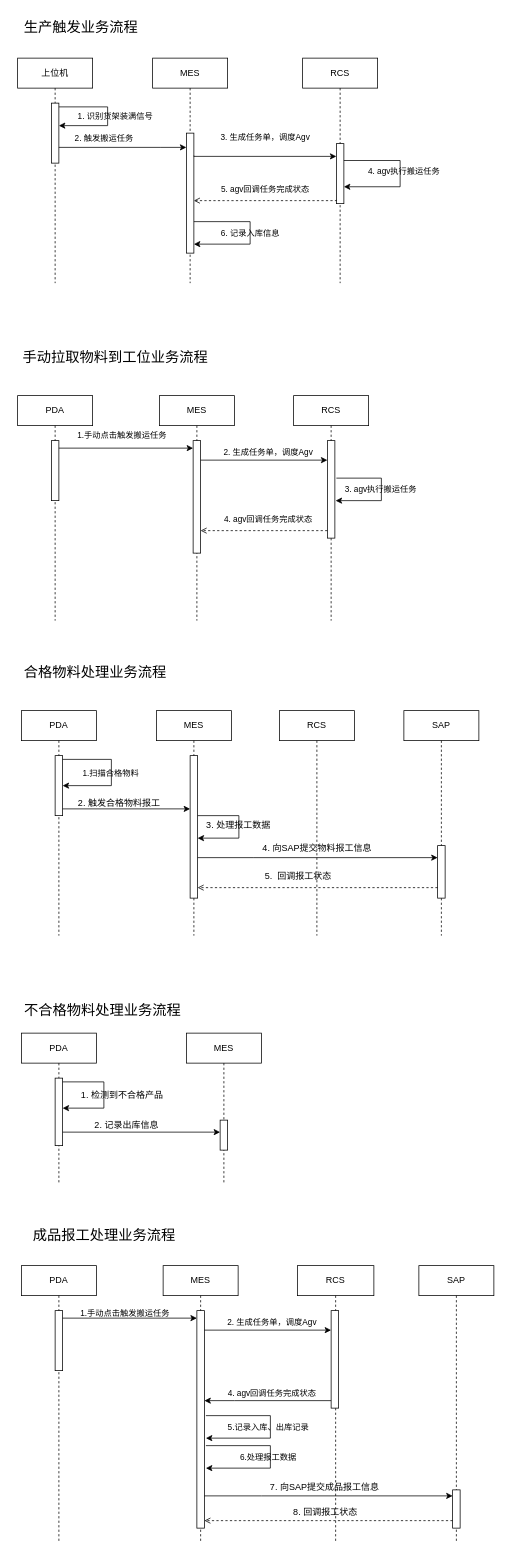
The draw.io diagram 智光软件业务梳理.drawio in lutao0111/-for-draw.io, before the edit. Source tidied: cells renumbered, new cells numbered last; positions are measured from the earlier drawing's top-left corner, leaving out a move shared by most shapes. Both pictures are drawn from the tidied source at 75%, with x=0, y=0 at pixel (13, 13).
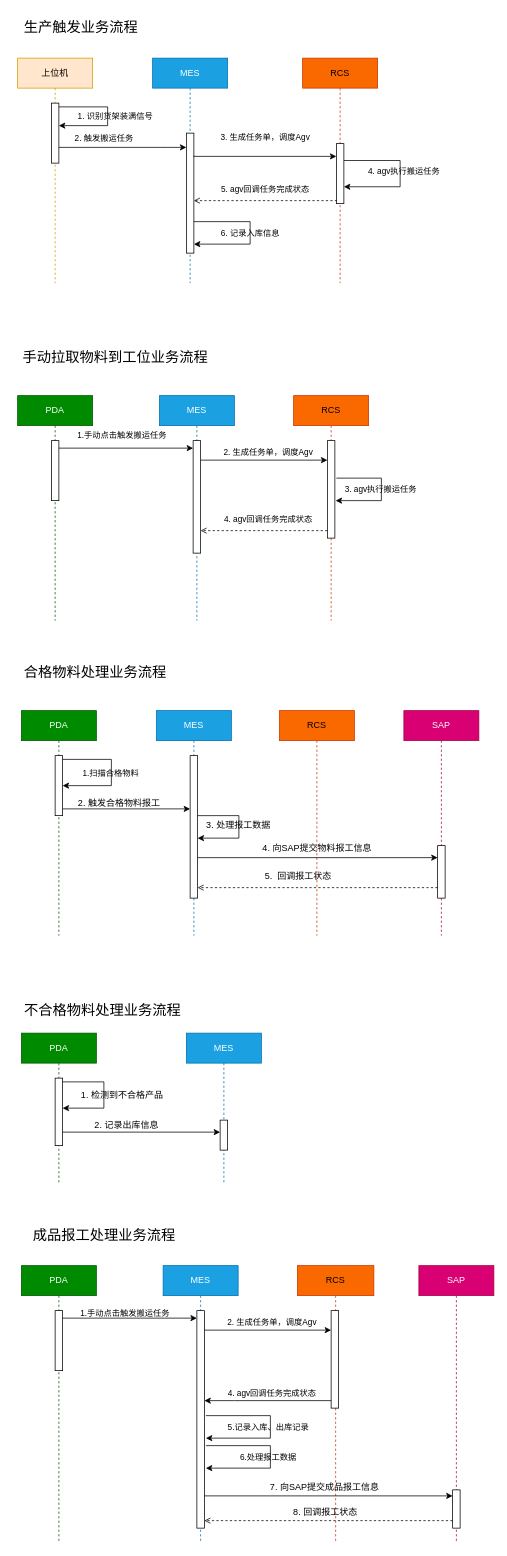
The same diagram, later.

Commit message (it also covers changes not shown here):
更新智光软件业务梳理.drawio

Diff of the diagram source:
```diff
@@
-    <mxCell id="2" value="MES" style="shape=umlLifeline;perimeter=lifelinePerimeter;whiteSpace=wrap;html=1;newEdgeStyle={&quot;curved&quot;:0,&quot;rounded&quot;:0};" parent="1" vertex="1">
+    <mxCell id="2" value="MES" style="shape=umlLifeline;perimeter=lifelinePerimeter;whiteSpace=wrap;html=1;newEdgeStyle={&quot;curved&quot;:0,&quot;rounded&quot;:0};fillColor=#1ba1e2;fontColor=#ffffff;strokeColor=#006EAF;" parent="1" vertex="1">
       <mxGeometry x="231" y="1360" width="100" height="200" as="geometry" />
     </mxCell>
@@
-    <mxCell id="4" value="上位机" style="shape=umlLifeline;perimeter=lifelinePerimeter;whiteSpace=wrap;html=1;newEdgeStyle={&quot;curved&quot;:0,&quot;rounded&quot;:0};" parent="1" vertex="1">
+    <mxCell id="4" value="上位机" style="shape=umlLifeline;perimeter=lifelinePerimeter;whiteSpace=wrap;html=1;newEdgeStyle={&quot;curved&quot;:0,&quot;rounded&quot;:0};fillColor=#ffe6cc;strokeColor=#d79b00;" parent="1" vertex="1">
       <mxGeometry x="6" y="60" width="100" height="300" as="geometry" />
     </mxCell>
@@
-    <mxCell id="7" value="MES" style="shape=umlLifeline;perimeter=lifelinePerimeter;whiteSpace=wrap;html=1;outlineConnect=0;portConstraint=eastwest;newEdgeStyle={&quot;curved&quot;:0,&quot;rounded&quot;:0};" parent="1" vertex="1">
+    <mxCell id="7" value="MES" style="shape=umlLifeline;perimeter=lifelinePerimeter;whiteSpace=wrap;html=1;outlineConnect=0;portConstraint=eastwest;newEdgeStyle={&quot;curved&quot;:0,&quot;rounded&quot;:0};fillColor=#1ba1e2;fontColor=#ffffff;strokeColor=#006EAF;" parent="1" vertex="1">
       <mxGeometry x="186" y="60" width="100" height="300" as="geometry" />
     </mxCell>
@@
-    <mxCell id="10" value="RCS" style="shape=umlLifeline;perimeter=lifelinePerimeter;whiteSpace=wrap;html=1;newEdgeStyle={&quot;curved&quot;:0,&quot;rounded&quot;:0};" parent="1" vertex="1">
+    <mxCell id="10" value="RCS" style="shape=umlLifeline;perimeter=lifelinePerimeter;whiteSpace=wrap;html=1;newEdgeStyle={&quot;curved&quot;:0,&quot;rounded&quot;:0};fillColor=#fa6800;fontColor=#000000;strokeColor=#C73500;" parent="1" vertex="1">
       <mxGeometry x="386" y="60" width="100" height="300" as="geometry" />
     </mxCell>
@@
-    <mxCell id="21" value="PDA" style="shape=umlLifeline;perimeter=lifelinePerimeter;whiteSpace=wrap;html=1;newEdgeStyle={&quot;curved&quot;:0,&quot;rounded&quot;:0};" parent="1" vertex="1">
+    <mxCell id="21" value="PDA" style="shape=umlLifeline;perimeter=lifelinePerimeter;whiteSpace=wrap;html=1;newEdgeStyle={&quot;curved&quot;:0,&quot;rounded&quot;:0};fillColor=#008a00;fontColor=#ffffff;strokeColor=#005700;" parent="1" vertex="1">
       <mxGeometry x="6" y="510" width="100" height="300" as="geometry" />
     </mxCell>
@@
-    <mxCell id="23" value="RCS" style="shape=umlLifeline;perimeter=lifelinePerimeter;whiteSpace=wrap;html=1;newEdgeStyle={&quot;curved&quot;:0,&quot;rounded&quot;:0};" parent="1" vertex="1">
+    <mxCell id="23" value="RCS" style="shape=umlLifeline;perimeter=lifelinePerimeter;whiteSpace=wrap;html=1;newEdgeStyle={&quot;curved&quot;:0,&quot;rounded&quot;:0};fillColor=#fa6800;fontColor=#000000;strokeColor=#C73500;" parent="1" vertex="1">
       <mxGeometry x="374" y="510" width="100" height="300" as="geometry" />
     </mxCell>
@@
-    <mxCell id="25" value="MES" style="shape=umlLifeline;perimeter=lifelinePerimeter;whiteSpace=wrap;html=1;newEdgeStyle={&quot;curved&quot;:0,&quot;rounded&quot;:0};" parent="1" vertex="1">
+    <mxCell id="25" value="MES" style="shape=umlLifeline;perimeter=lifelinePerimeter;whiteSpace=wrap;html=1;newEdgeStyle={&quot;curved&quot;:0,&quot;rounded&quot;:0};fillColor=#1ba1e2;fontColor=#ffffff;strokeColor=#006EAF;" parent="1" vertex="1">
       <mxGeometry x="195" y="510" width="100" height="300" as="geometry" />
     </mxCell>
@@
-    <mxCell id="38" value="PDA" style="shape=umlLifeline;perimeter=lifelinePerimeter;whiteSpace=wrap;html=1;newEdgeStyle={&quot;curved&quot;:0,&quot;rounded&quot;:0};" parent="1" vertex="1">
+    <mxCell id="38" value="PDA" style="shape=umlLifeline;perimeter=lifelinePerimeter;whiteSpace=wrap;html=1;newEdgeStyle={&quot;curved&quot;:0,&quot;rounded&quot;:0};fillColor=#008a00;fontColor=#ffffff;strokeColor=#005700;" parent="1" vertex="1">
       <mxGeometry x="11" y="930" width="100" height="300" as="geometry" />
     </mxCell>
@@
-    <mxCell id="41" value="MES" style="shape=umlLifeline;perimeter=lifelinePerimeter;whiteSpace=wrap;html=1;newEdgeStyle={&quot;curved&quot;:0,&quot;rounded&quot;:0};" parent="1" vertex="1">
+    <mxCell id="41" value="MES" style="shape=umlLifeline;perimeter=lifelinePerimeter;whiteSpace=wrap;html=1;newEdgeStyle={&quot;curved&quot;:0,&quot;rounded&quot;:0};fillColor=#1ba1e2;fontColor=#ffffff;strokeColor=#006EAF;" parent="1" vertex="1">
       <mxGeometry x="191" y="930" width="100" height="300" as="geometry" />
     </mxCell>
@@
-    <mxCell id="46" value="RCS" style="shape=umlLifeline;perimeter=lifelinePerimeter;whiteSpace=wrap;html=1;newEdgeStyle={&quot;curved&quot;:0,&quot;rounded&quot;:0};" parent="1" vertex="1">
+    <mxCell id="46" value="RCS" style="shape=umlLifeline;perimeter=lifelinePerimeter;whiteSpace=wrap;html=1;newEdgeStyle={&quot;curved&quot;:0,&quot;rounded&quot;:0};fillColor=#fa6800;fontColor=#000000;strokeColor=#C73500;" parent="1" vertex="1">
       <mxGeometry x="355" y="930" width="100" height="300" as="geometry" />
     </mxCell>
-    <mxCell id="47" value="SAP" style="shape=umlLifeline;perimeter=lifelinePerimeter;whiteSpace=wrap;html=1;newEdgeStyle={&quot;curved&quot;:0,&quot;rounded&quot;:0};" parent="1" vertex="1">
+    <mxCell id="47" value="SAP" style="shape=umlLifeline;perimeter=lifelinePerimeter;whiteSpace=wrap;html=1;newEdgeStyle={&quot;curved&quot;:0,&quot;rounded&quot;:0};fillColor=#d80073;fontColor=#ffffff;strokeColor=#A50040;" parent="1" vertex="1">
       <mxGeometry x="521" y="930" width="100" height="300" as="geometry" />
     </mxCell>
@@
-    <mxCell id="53" value="PDA" style="shape=umlLifeline;perimeter=lifelinePerimeter;whiteSpace=wrap;html=1;newEdgeStyle={&quot;curved&quot;:0,&quot;rounded&quot;:0};" parent="1" vertex="1">
+    <mxCell id="53" value="PDA" style="shape=umlLifeline;perimeter=lifelinePerimeter;whiteSpace=wrap;html=1;newEdgeStyle={&quot;curved&quot;:0,&quot;rounded&quot;:0};fillColor=#008a00;fontColor=#ffffff;strokeColor=#005700;" parent="1" vertex="1">
       <mxGeometry x="11" y="1360" width="100" height="200" as="geometry" />
     </mxCell>
@@
-    <mxCell id="59" value="PDA" style="shape=umlLifeline;perimeter=lifelinePerimeter;whiteSpace=wrap;html=1;newEdgeStyle={&quot;curved&quot;:0,&quot;rounded&quot;:0};" parent="1" vertex="1">
+    <mxCell id="59" value="PDA" style="shape=umlLifeline;perimeter=lifelinePerimeter;whiteSpace=wrap;html=1;newEdgeStyle={&quot;curved&quot;:0,&quot;rounded&quot;:0};fillColor=#008a00;fontColor=#ffffff;strokeColor=#005700;" parent="1" vertex="1">
       <mxGeometry x="11" y="1670" width="100" height="370" as="geometry" />
     </mxCell>
@@
-    <mxCell id="61" value="RCS" style="shape=umlLifeline;perimeter=lifelinePerimeter;whiteSpace=wrap;html=1;newEdgeStyle={&quot;curved&quot;:0,&quot;rounded&quot;:0};" parent="1" vertex="1">
+    <mxCell id="61" value="RCS" style="shape=umlLifeline;perimeter=lifelinePerimeter;whiteSpace=wrap;html=1;newEdgeStyle={&quot;curved&quot;:0,&quot;rounded&quot;:0};fillColor=#fa6800;fontColor=#000000;strokeColor=#C73500;" parent="1" vertex="1">
       <mxGeometry x="379" y="1670" width="102" height="370" as="geometry" />
     </mxCell>
@@
-    <mxCell id="63" value="MES" style="shape=umlLifeline;perimeter=lifelinePerimeter;whiteSpace=wrap;html=1;newEdgeStyle={&quot;curved&quot;:0,&quot;rounded&quot;:0};" parent="1" vertex="1">
+    <mxCell id="63" value="MES" style="shape=umlLifeline;perimeter=lifelinePerimeter;whiteSpace=wrap;html=1;newEdgeStyle={&quot;curved&quot;:0,&quot;rounded&quot;:0};fillColor=#1ba1e2;fontColor=#ffffff;strokeColor=#006EAF;" parent="1" vertex="1">
       <mxGeometry x="200" y="1670" width="100" height="370" as="geometry" />
     </mxCell>
@@
-    <mxCell id="72" value="SAP" style="shape=umlLifeline;perimeter=lifelinePerimeter;whiteSpace=wrap;html=1;newEdgeStyle={&quot;curved&quot;:0,&quot;rounded&quot;:0};" parent="1" vertex="1">
+    <mxCell id="72" value="SAP" style="shape=umlLifeline;perimeter=lifelinePerimeter;whiteSpace=wrap;html=1;newEdgeStyle={&quot;curved&quot;:0,&quot;rounded&quot;:0};fillColor=#d80073;fontColor=#ffffff;strokeColor=#A50040;" parent="1" vertex="1">
       <mxGeometry x="541" y="1670" width="100" height="370" as="geometry" />
     </mxCell>
```
